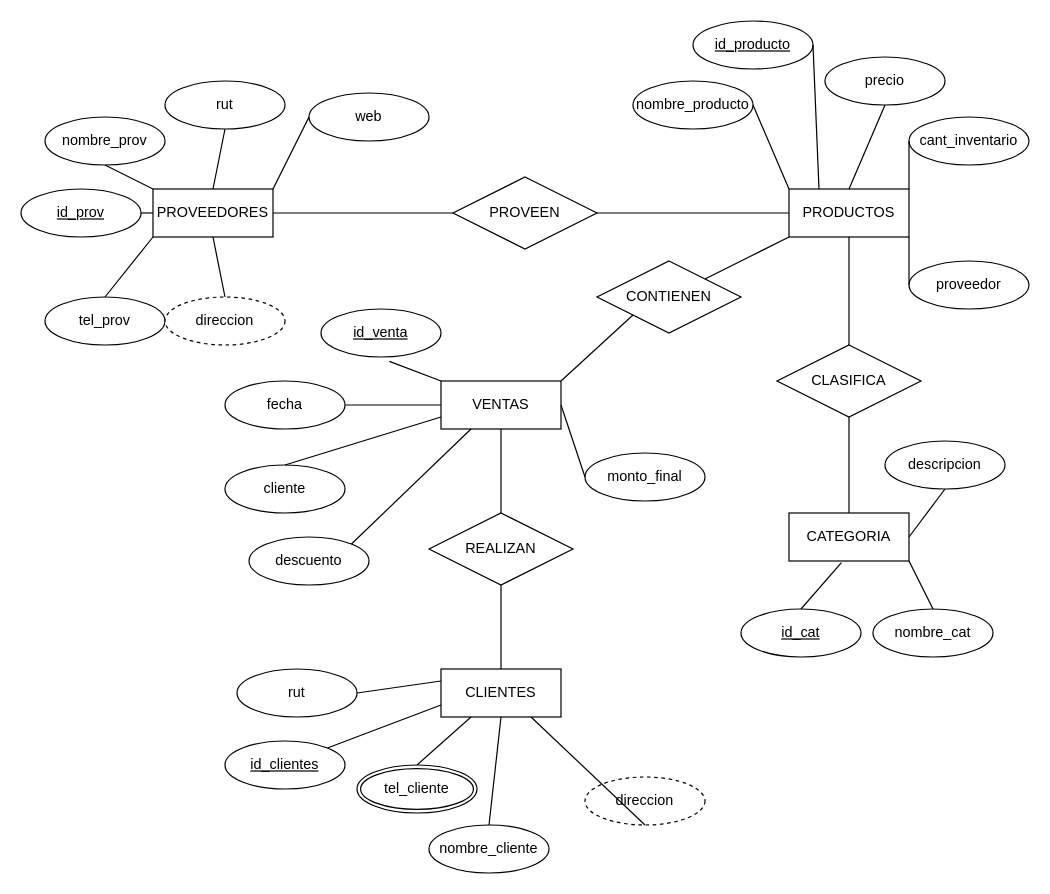
The draw.io diagram empresa.drawio in od507/gitLesson, before the edit. Source tidied: cells renumbered, new cells numbered last; positions are measured from the earlier drawing's top-left corner, leaving out a move shared by most shapes. Both pictures are drawn from the tidied source at 120%, with x=0, y=0 at pixel (20, 20).
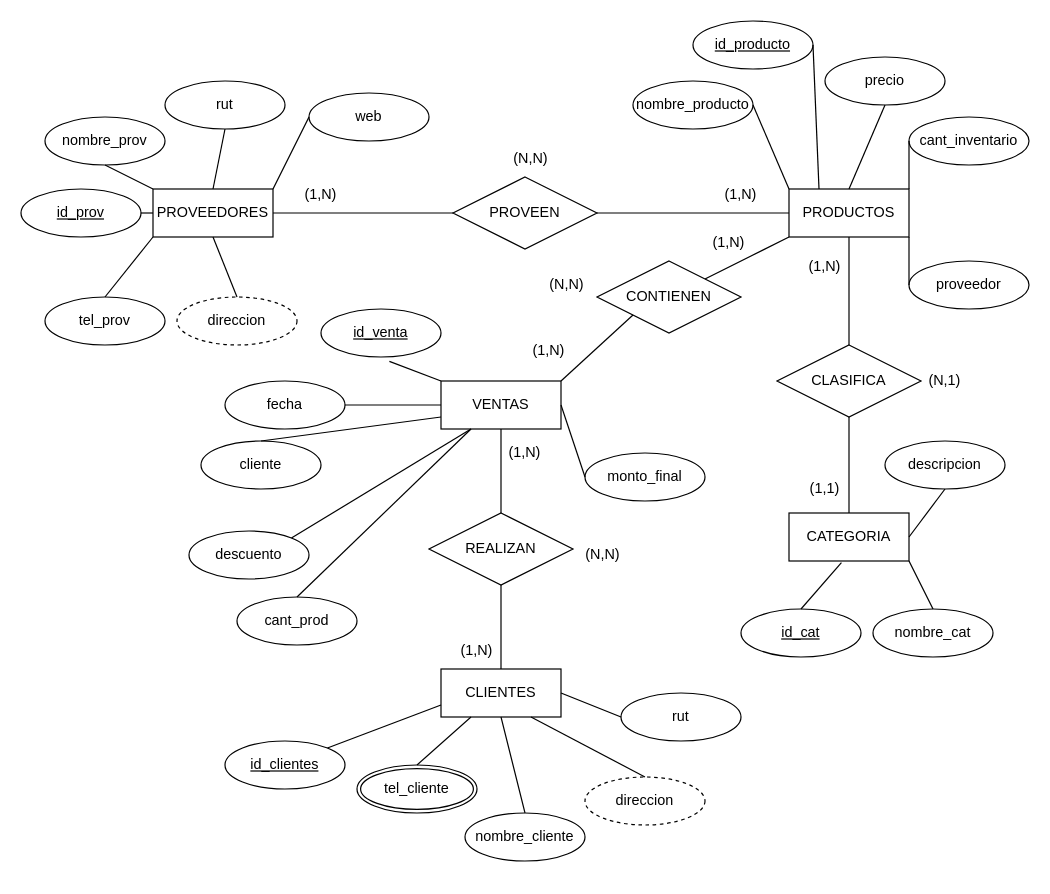
After the change.

The change refers to these unchanged cells:
```xml
<mxCell id="3" value="CLIENTES" style="whiteSpace=wrap;html=1;align=center;" parent="1" vertex="1">
  <mxGeometry x="350" y="540" width="100" height="40" as="geometry" />
</mxCell>
<mxCell id="5" value="VENTAS" style="whiteSpace=wrap;html=1;align=center;" parent="1" vertex="1">
  <mxGeometry x="350" y="300" width="100" height="40" as="geometry" />
</mxCell>
<mxCell id="51" value="direccion" style="ellipse;whiteSpace=wrap;html=1;align=center;dashed=1;" parent="1" vertex="1">
  <mxGeometry x="470" y="630" width="100" height="40" as="geometry" />
</mxCell>
```

Change to the diagram source:
```diff
@@
     <mxCell id="27" value="cliente" style="ellipse;whiteSpace=wrap;html=1;align=center;" parent="1" vertex="1">
-      <mxGeometry x="170" y="370" width="100" height="40" as="geometry" />
+      <mxGeometry x="150" y="350" width="100" height="40" as="geometry" />
     </mxCell>
     <mxCell id="28" value="descuento" style="ellipse;whiteSpace=wrap;html=1;align=center;" parent="1" vertex="1">
-      <mxGeometry x="190" y="430" width="100" height="40" as="geometry" />
+      <mxGeometry x="140" y="425" width="100" height="40" as="geometry" />
     </mxCell>
@@
     <mxCell id="45" value="direccion" style="ellipse;whiteSpace=wrap;html=1;align=center;dashed=1;" parent="1" vertex="1">
-      <mxGeometry x="120" y="230" width="100" height="40" as="geometry" />
+      <mxGeometry x="130" y="230" width="100" height="40" as="geometry" />
     </mxCell>
@@
     <mxCell id="47" value="rut" style="ellipse;whiteSpace=wrap;html=1;align=center;" parent="1" vertex="1">
-      <mxGeometry x="180" y="540" width="100" height="40" as="geometry" />
+      <mxGeometry x="500" y="560" width="100" height="40" as="geometry" />
     </mxCell>
-    <mxCell id="48" style="endArrow=none;html=1;rounded=0;exitX=1;exitY=0.5;exitDx=0;exitDy=0;entryX=0;entryY=0.25;entryDx=0;entryDy=0;" parent="1" edge="1" source="47" target="3">
+    <mxCell id="48" style="endArrow=none;html=1;rounded=0;exitX=0;exitY=0.5;exitDx=0;exitDy=0;entryX=1;entryY=0.5;entryDx=0;entryDy=0;" parent="1" edge="1" source="47" target="3">
       <mxGeometry relative="1" as="geometry" />
     </mxCell>
     <mxCell id="49" value="nombre_cliente" style="ellipse;whiteSpace=wrap;html=1;align=center;" parent="1" vertex="1">
-      <mxGeometry x="340" y="670" width="100" height="40" as="geometry" />
+      <mxGeometry x="370" y="660" width="100" height="40" as="geometry" />
     </mxCell>
@@
-    <mxCell id="52" style="endArrow=none;html=1;rounded=0;exitX=0.75;exitY=1;exitDx=0;exitDy=0;entryX=0.5;entryY=1;entryDx=0;entryDy=0;" parent="1" edge="1" source="3" target="51">
+    <mxCell id="52" style="endArrow=none;html=1;rounded=0;exitX=0.75;exitY=1;exitDx=0;exitDy=0;entryX=0.5;entryY=0;entryDx=0;entryDy=0;" parent="1" edge="1" source="3" target="51">
       <mxGeometry relative="1" as="geometry" />
     </mxCell>
@@
+    <mxCell id="67" value="(1,N)" style="text;strokeColor=none;align=center;fillColor=none;html=1;verticalAlign=middle;whiteSpace=wrap;rounded=0;" parent="1" vertex="1">
+      <mxGeometry x="570" y="130" width="60" height="30" as="geometry" />
+    </mxCell>
+    <mxCell id="68" value="(1,N)" style="text;strokeColor=none;align=center;fillColor=none;html=1;verticalAlign=middle;whiteSpace=wrap;rounded=0;" parent="1" vertex="1">
+      <mxGeometry x="220" y="130" width="60" height="30" as="geometry" />
+    </mxCell>
+    <mxCell id="69" value="(N,N)" style="text;strokeColor=none;align=center;fillColor=none;html=1;verticalAlign=middle;whiteSpace=wrap;rounded=0;" parent="1" vertex="1">
+      <mxGeometry x="395" y="100" width="60" height="30" as="geometry" />
+    </mxCell>
+    <mxCell id="70" value="(1,1)" style="text;strokeColor=none;align=center;fillColor=none;html=1;verticalAlign=middle;whiteSpace=wrap;rounded=0;" parent="1" vertex="1">
+      <mxGeometry x="640" y="375" width="60" height="30" as="geometry" />
+    </mxCell>
+    <mxCell id="71" value="(1,N)" style="text;strokeColor=none;align=center;fillColor=none;html=1;verticalAlign=middle;whiteSpace=wrap;rounded=0;" parent="1" vertex="1">
+      <mxGeometry x="640" y="190" width="60" height="30" as="geometry" />
+    </mxCell>
+    <mxCell id="72" value="(N,1)" style="text;strokeColor=none;align=center;fillColor=none;html=1;verticalAlign=middle;whiteSpace=wrap;rounded=0;" parent="1" vertex="1">
+      <mxGeometry x="740" y="285" width="60" height="30" as="geometry" />
+    </mxCell>
+    <mxCell id="73" value="(1,N)" style="text;strokeColor=none;align=center;fillColor=none;html=1;verticalAlign=middle;whiteSpace=wrap;rounded=0;" parent="1" vertex="1">
+      <mxGeometry x="350" y="510" width="60" height="30" as="geometry" />
+    </mxCell>
+    <mxCell id="74" value="(1,N)" style="text;strokeColor=none;align=center;fillColor=none;html=1;verticalAlign=middle;whiteSpace=wrap;rounded=0;" parent="1" vertex="1">
+      <mxGeometry x="390" y="345" width="60" height="30" as="geometry" />
+    </mxCell>
+    <mxCell id="75" value="(N,N)" style="text;strokeColor=none;align=center;fillColor=none;html=1;verticalAlign=middle;whiteSpace=wrap;rounded=0;" parent="1" vertex="1">
+      <mxGeometry x="455" y="430" width="60" height="30" as="geometry" />
+    </mxCell>
+    <mxCell id="76" value="(1,N)" style="text;strokeColor=none;align=center;fillColor=none;html=1;verticalAlign=middle;whiteSpace=wrap;rounded=0;" parent="1" vertex="1">
+      <mxGeometry x="560" y="170" width="60" height="30" as="geometry" />
+    </mxCell>
+    <mxCell id="77" value="(1,N)" style="text;strokeColor=none;align=center;fillColor=none;html=1;verticalAlign=middle;whiteSpace=wrap;rounded=0;" parent="1" vertex="1">
+      <mxGeometry x="410" y="260" width="60" height="30" as="geometry" />
+    </mxCell>
+    <mxCell id="78" value="(N,N)" style="text;strokeColor=none;align=center;fillColor=none;html=1;verticalAlign=middle;whiteSpace=wrap;rounded=0;" parent="1" vertex="1">
+      <mxGeometry x="425" y="205" width="60" height="30" as="geometry" />
+    </mxCell>
+    <mxCell id="79" value="cant_prod" style="ellipse;whiteSpace=wrap;html=1;align=center;" parent="1" vertex="1">
+      <mxGeometry x="180" y="480" width="100" height="40" as="geometry" />
+    </mxCell>
+    <mxCell id="80" style="endArrow=none;html=1;rounded=0;entryX=0.25;entryY=1;entryDx=0;entryDy=0;exitX=0.5;exitY=0;exitDx=0;exitDy=0;" parent="1" edge="1" source="79" target="5">
+      <mxGeometry relative="1" as="geometry" />
+    </mxCell>
```
